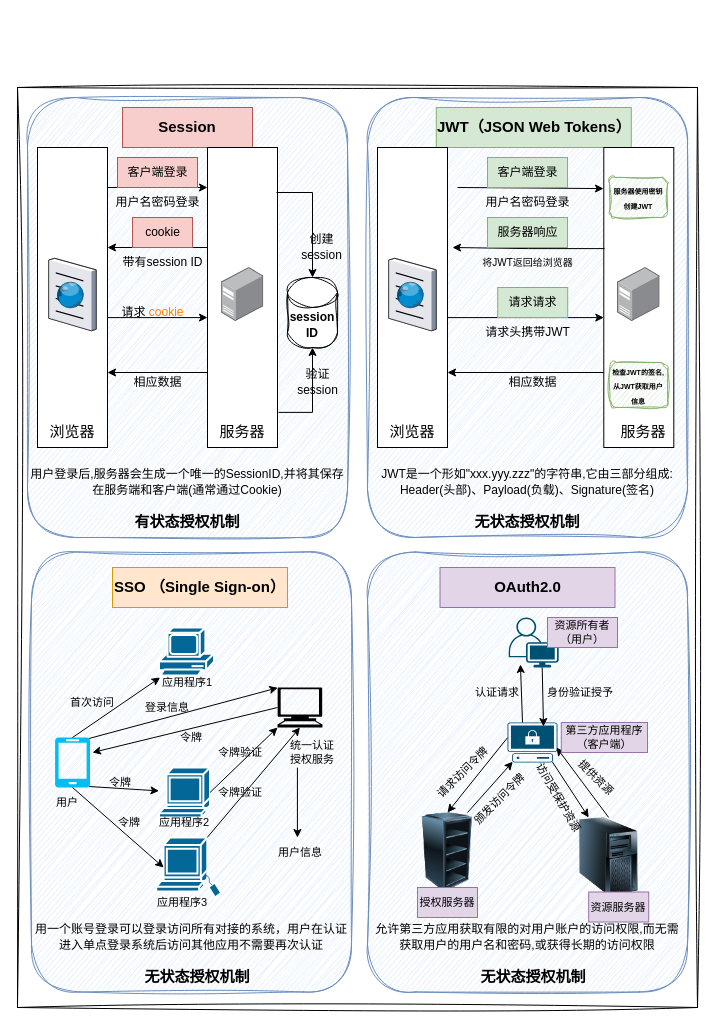
Earlier version of the draw.io diagram image-text/四种常见的身份认证与授权机制.drawio (Rodert/javapub_oss). Source tidied: cells renumbered, new cells numbered last; positions are measured from the earlier drawing's top-left corner, leaving out a move shared by most shapes. Both pictures are drawn from the tidied source at 100%, with x=0, y=0 at pixel (17, 87).
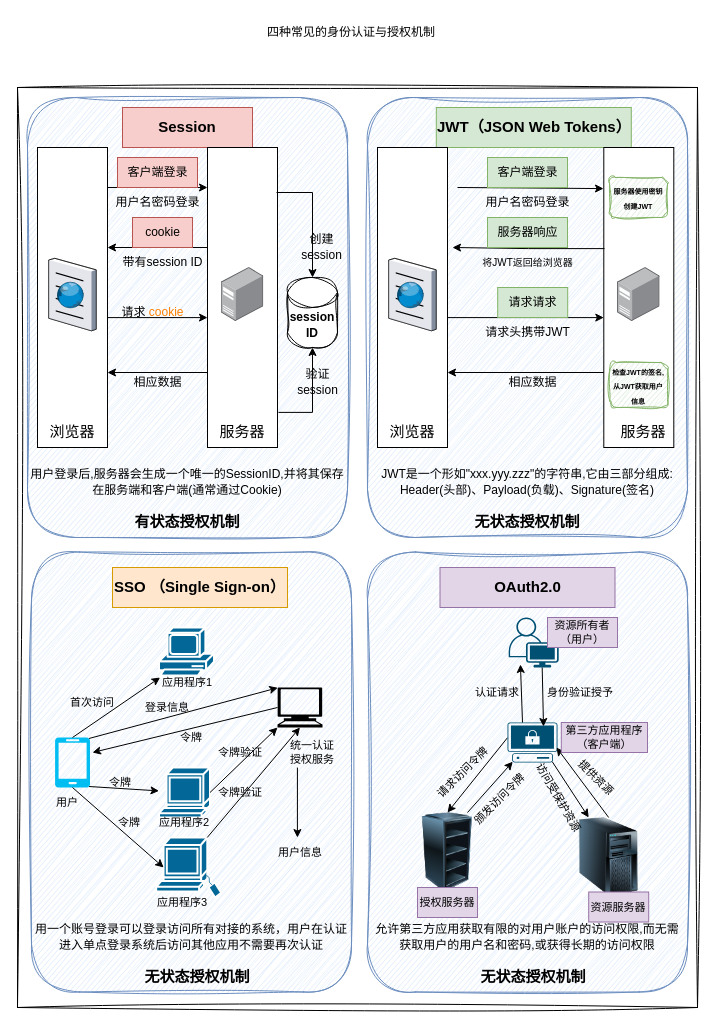
Above is the later version.

Commit message (it also covers changes not shown here):
更新四种常见的身份认证与授权机制.drawio

Diff of the diagram source:
```diff
@@
+    <mxCell id="108" value="&lt;font face=&quot;Helvetica&quot;&gt;四种常见的身份认证与授权机制&lt;/font&gt;" style="text;html=1;align=center;verticalAlign=middle;whiteSpace=wrap;rounded=0;fontFamily=Architects Daughter;" parent="1" vertex="1">
+      <mxGeometry x="214" y="-70" width="240" height="30" as="geometry" />
+    </mxCell>
```
